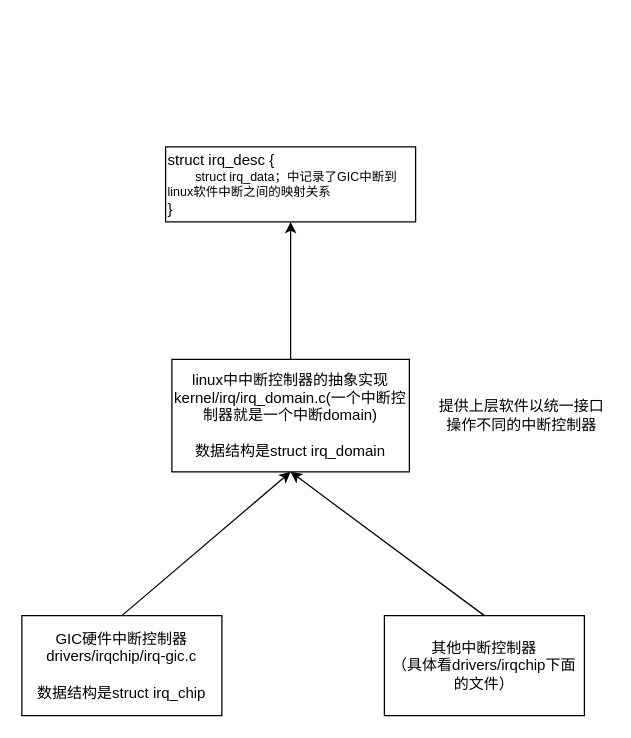
The draw.io diagram linux irq.drawio in denglin12315/drawio_repo, before the edit. Source tidied: cells renumbered, new cells numbered last; positions are measured from the earlier drawing's top-left corner, leaving out a move shared by most shapes. Both pictures are drawn from the tidied source at 125%, with x=0, y=0 at pixel (21, 146).
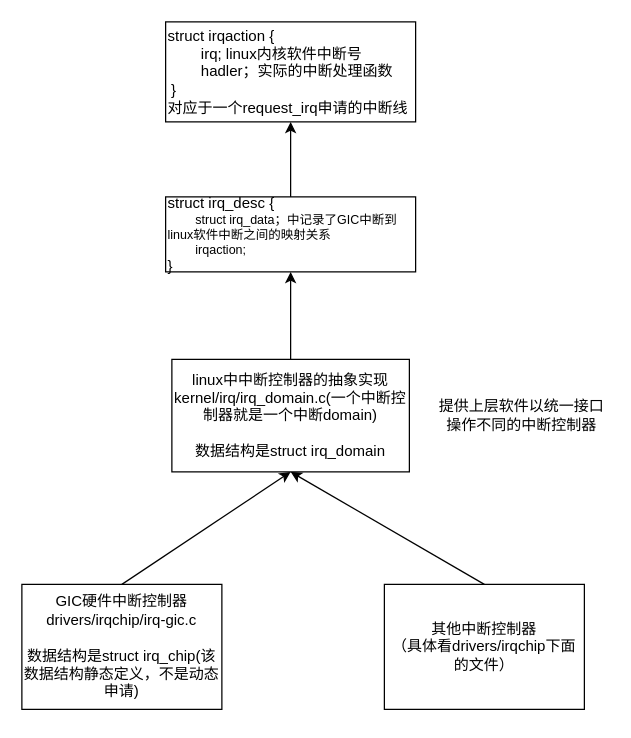
The same page after the edit.

What changed in the source:
```diff
@@
 <mxGraphModel>
   <root>
     <mxCell id="0" />
     <mxCell id="1" parent="0" />
-    <mxCell id="2" value="GIC硬件中断控制器&lt;div&gt;drivers/irqchip/irq-gic.c&lt;br&gt;&lt;/div&gt;&lt;div&gt;&lt;br&gt;&lt;/div&gt;&lt;div&gt;数据结构是struct irq_chip&lt;/div&gt;" style="rounded=0;whiteSpace=wrap;html=1;" parent="1" vertex="1">
-      <mxGeometry y="375" width="160" height="80" as="geometry" />
+    <mxCell id="2" value="GIC硬件中断控制器&lt;div&gt;drivers/irqchip/irq-gic.c&lt;br&gt;&lt;/div&gt;&lt;div&gt;&lt;br&gt;&lt;/div&gt;&lt;div&gt;数据结构是struct irq_chip(该数据结构静态定义，不是动态申请)&lt;/div&gt;" style="rounded=0;whiteSpace=wrap;html=1;" parent="1" vertex="1">
+      <mxGeometry y="350" width="160" height="100" as="geometry" />
     </mxCell>
     <mxCell id="3" style="edgeStyle=orthogonalEdgeStyle;rounded=0;jettySize=auto;html=1;exitX=0.5;exitY=0;exitDx=0;exitDy=0;entryX=0.5;entryY=1;entryDx=0;entryDy=0;" parent="1" edge="1" source="4" target="8">
       <mxGeometry relative="1" as="geometry" />
     </mxCell>
     <mxCell id="4" value="linux中中断控制器的抽象实现&lt;div&gt;kernel/irq/irq_domain.c(一个中断控制器就是一个中断domain)&lt;/div&gt;&lt;div&gt;&lt;br&gt;&lt;/div&gt;&lt;div&gt;数据结构是struct irq_domain&lt;/div&gt;" style="rounded=0;whiteSpace=wrap;html=1;" parent="1" vertex="1">
       <mxGeometry x="120" y="170" width="190" height="90" as="geometry" />
     </mxCell>
     <mxCell id="5" value="其他中断控制器&lt;div&gt;（具体看drivers/irqchip下面的文件）&lt;/div&gt;" style="rounded=0;whiteSpace=wrap;html=1;" parent="1" vertex="1">
-      <mxGeometry x="290" y="375" width="160" height="80" as="geometry" />
+      <mxGeometry x="290" y="350" width="160" height="100" as="geometry" />
     </mxCell>
     <mxCell id="6" style="endArrow=classic;html=1;rounded=0;exitX=0.5;exitY=0;exitDx=0;exitDy=0;entryX=0.5;entryY=1;entryDx=0;entryDy=0;" parent="1" edge="1" source="2" target="4">
       <mxGeometry relative="1" as="geometry" />
     </mxCell>
     <mxCell id="7" style="endArrow=classic;html=1;rounded=0;exitX=0.5;exitY=0;exitDx=0;exitDy=0;entryX=0.5;entryY=1;entryDx=0;entryDy=0;" parent="1" edge="1" source="5" target="4">
       <mxGeometry relative="1" as="geometry" />
     </mxCell>
+    <mxCell id="10" style="edgeStyle=orthogonalEdgeStyle;rounded=0;jettySize=auto;html=1;exitX=0.5;exitY=0;exitDx=0;exitDy=0;entryX=0.5;entryY=1;entryDx=0;entryDy=0;" parent="1" edge="1" source="8" target="11">
+      <mxGeometry relative="1" as="geometry" />
+    </mxCell>
-    <mxCell id="8" value="struct irq_desc {&lt;div style=&quot;font-size: 10px;&quot;&gt;&amp;nbsp;&lt;span style=&quot;white-space: pre;&quot;&gt;&#9;&lt;/span&gt;struct irq_data；中记录了GIC中断到linux软件中断之间的映射关系&lt;/div&gt;&lt;div&gt;}&lt;/div&gt;" style="rounded=0;whiteSpace=wrap;html=1;align=left;" parent="1" vertex="1">
-      <mxGeometry x="115" width="200" height="60" as="geometry" />
+    <mxCell id="8" value="struct irq_desc {&lt;div style=&quot;font-size: 10px;&quot;&gt;&amp;nbsp;&lt;span style=&quot;white-space: pre;&quot;&gt;&#9;&lt;/span&gt;struct irq_data；中记录了GIC中断到linux软件中断之间的映射关系&lt;/div&gt;&lt;div style=&quot;font-size: 10px;&quot;&gt;&lt;span style=&quot;white-space: pre;&quot;&gt;&#9;&lt;/span&gt;irqaction;&lt;br&gt;&lt;/div&gt;&lt;div&gt;}&lt;/div&gt;" style="rounded=0;whiteSpace=wrap;html=1;align=left;" parent="1" vertex="1">
+      <mxGeometry x="115" y="40" width="200" height="60" as="geometry" />
     </mxCell>
     <mxCell id="9" value="提供上层软件以统一接口操作不同的中断控制器" style="text;html=1;align=center;verticalAlign=middle;whiteSpace=wrap;rounded=0;" parent="1" vertex="1">
       <mxGeometry x="330" y="200" width="140" height="30" as="geometry" />
     </mxCell>
+    <mxCell id="11" value="struct irqaction {&lt;div&gt;&lt;span style=&quot;white-space: pre;&quot;&gt;&#9;&lt;/span&gt;irq; linux内核软件中断号&lt;/div&gt;&lt;div&gt;&lt;span style=&quot;white-space: pre;&quot;&gt;&#9;&lt;/span&gt;hadler；实际的中断处理函数&lt;br&gt;&lt;div style=&quot;font-size: 10px;&quot;&gt;&amp;nbsp;&lt;span style=&quot;background-color: initial; font-size: 12px;&quot;&gt;}&lt;/span&gt;&lt;/div&gt;&lt;/div&gt;&lt;div style=&quot;&quot;&gt;对应于一个request_irq申请的中断线&lt;/div&gt;" style="rounded=0;whiteSpace=wrap;html=1;align=left;" parent="1" vertex="1">
+      <mxGeometry x="115" y="-100" width="200" height="80" as="geometry" />
+    </mxCell>
   </root>
 </mxGraphModel>
```
